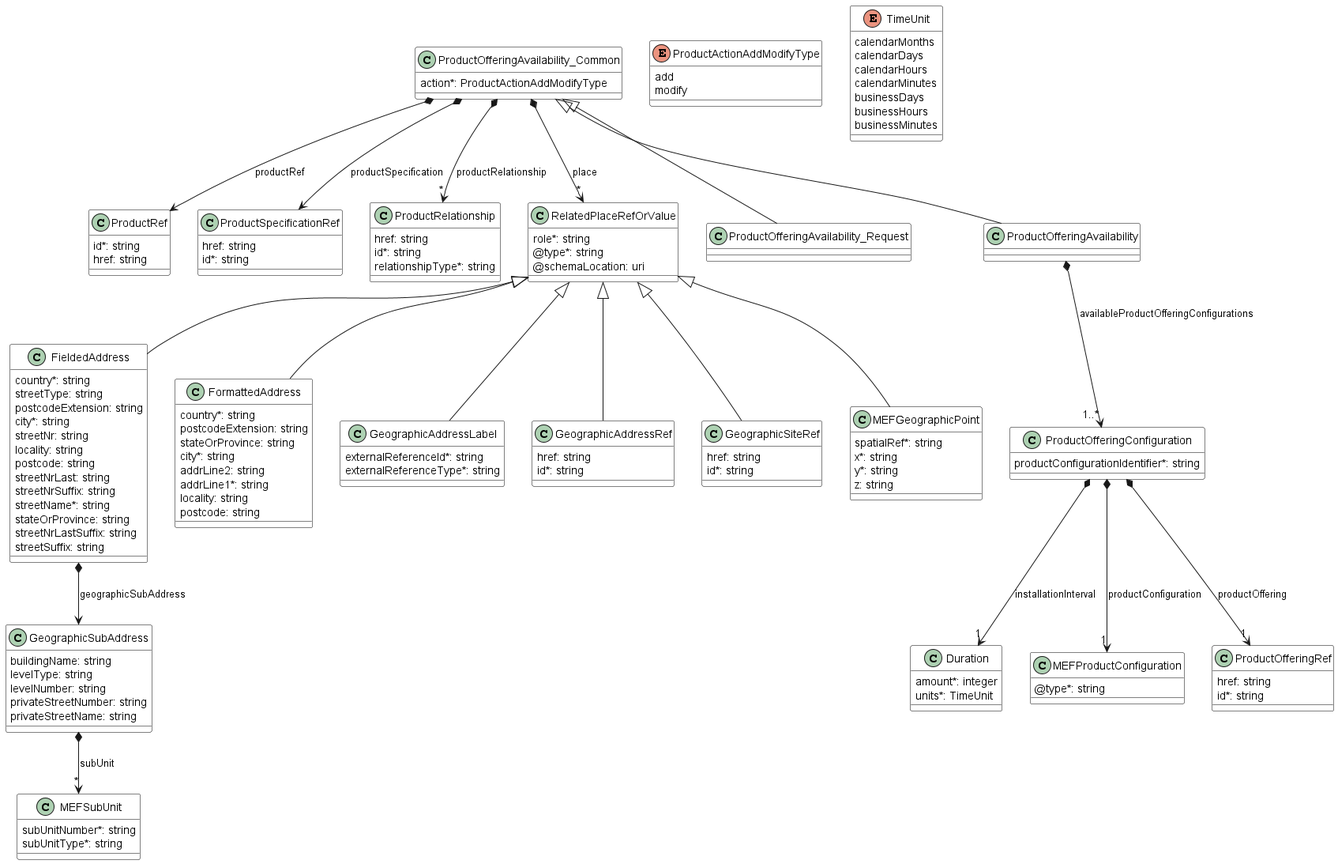
The PlantUML diagram documentation/productApi/availabilityAndPricingDiscovery/media/uc1model.png in MEF-GIT/MEF-LSO-Sonata-SDK, before a commit.
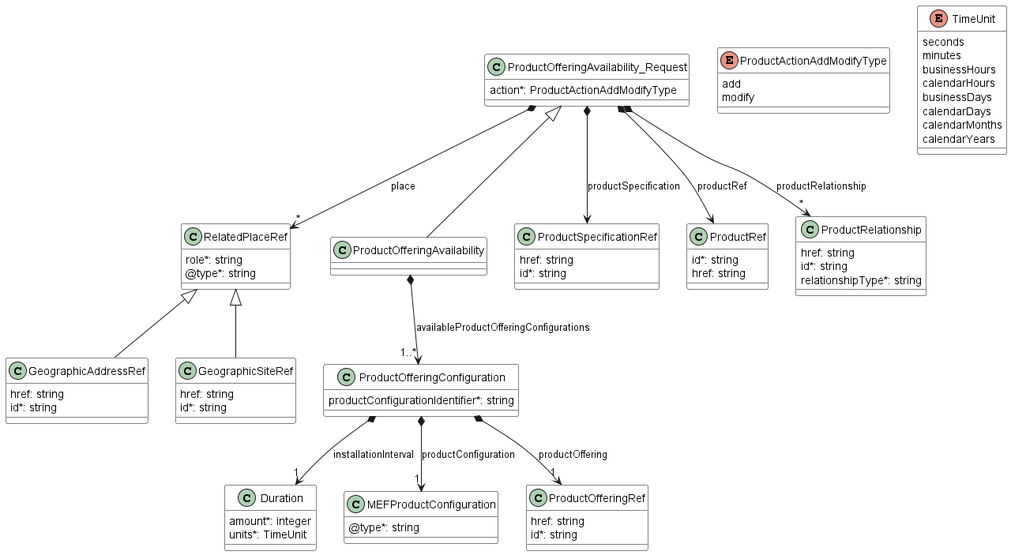
After the change.

The edit, as a diff of the source:
```diff
@@ -4,30 +4,39 @@
     ClassBorderColor Black
 }
 
-class ProductOfferingAvailability_Common {
+class Duration {
 
-    action*: ProductActionAddModifyType
+    amount*: integer
+    units*: TimeUnit
 }
-
-ProductOfferingAvailability_Common *--> ProductRef : productRef
-ProductOfferingAvailability_Common *--> ProductSpecificationRef : productSpecification
-ProductOfferingAvailability_Common *-->"*" ProductRelationship : productRelationship
-ProductOfferingAvailability_Common *-->"*" RelatedPlaceRefOrValue : place
-
-
-class ProductOfferingAvailability_Request {
-
-}
-ProductOfferingAvailability_Common <|-- ProductOfferingAvailability_Request
 
 
 
-class ProductOfferingAvailability {
 
+class GeographicAddressRef {
+
+    href: string
+    id*: string
 }
-ProductOfferingAvailability_Common <|-- ProductOfferingAvailability
+RelatedPlaceRef <|-- GeographicAddressRef
 
-ProductOfferingAvailability *-->"1..*" ProductOfferingConfiguration : availableProductOfferingConfigurations
+
+
+class GeographicSiteRef {
+
+    href: string
+    id*: string
+}
+RelatedPlaceRef <|-- GeographicSiteRef
+
+
+
+
+class MEFProductConfiguration {
+
+    @type*: string
+}
+
 
 
 enum ProductActionAddModifyType {
@@ -35,10 +44,47 @@
     add
     modify
 }
-class ProductSpecificationRef {
+class ProductOfferingAvailability {
+
+}
+ProductOfferingAvailability_Request <|-- ProductOfferingAvailability
+
+ProductOfferingAvailability *-->"1..*" ProductOfferingConfiguration : availableProductOfferingConfigurations
+
+
+class ProductOfferingAvailability_Request {
+
+    action*: ProductActionAddModifyType
+}
+
+ProductOfferingAvailability_Request *--> ProductSpecificationRef : productSpecification
+ProductOfferingAvailability_Request *--> ProductRef : productRef
+ProductOfferingAvailability_Request *-->"*" ProductRelationship : productRelationship
+ProductOfferingAvailability_Request *-->"*" RelatedPlaceRef : place
+
+
+class ProductOfferingConfiguration {
+
+    productConfigurationIdentifier*: string
+}
+
+ProductOfferingConfiguration *-->"1" ProductOfferingRef : productOffering
+ProductOfferingConfiguration *-->"1" MEFProductConfiguration : productConfiguration
+ProductOfferingConfiguration *-->"1" Duration : installationInterval
+
+
+class ProductOfferingRef {
 
     href: string
     id*: string
+}
+
+
+
+class ProductRef {
+
+    id*: string
+    href: string
 }
 
 
@@ -52,135 +98,7 @@
 
 
 
-class Duration {
-
-    amount*: integer
-    units*: TimeUnit
-}
-
-
-
-enum TimeUnit {
-
-    calendarMonths
-    calendarDays
-    calendarHours
-    calendarMinutes
-    businessDays
-    businessHours
-    businessMinutes
-}
-class RelatedPlaceRefOrValue {
-
-    role*: string
-    @type*: string
-    @schemaLocation: uri
-}
-
-
-
-class FieldedAddress {
-
-    country*: string
-    streetType: string
-    postcodeExtension: string
-    city*: string
-    streetNr: string
-    locality: string
-    postcode: string
-    streetNrLast: string
-    streetNrSuffix: string
-    streetName*: string
-    stateOrProvince: string
-    streetNrLastSuffix: string
-    streetSuffix: string
-}
-RelatedPlaceRefOrValue <|-- FieldedAddress
-
-FieldedAddress *--> GeographicSubAddress : geographicSubAddress
-
-
-class FormattedAddress {
-
-    country*: string
-    postcodeExtension: string
-    stateOrProvince: string
-    city*: string
-    addrLine2: string
-    addrLine1*: string
-    locality: string
-    postcode: string
-}
-RelatedPlaceRefOrValue <|-- FormattedAddress
-
-
-
-class GeographicAddressLabel {
-
-    externalReferenceId*: string
-    externalReferenceType*: string
-}
-RelatedPlaceRefOrValue <|-- GeographicAddressLabel
-
-
-
-class GeographicAddressRef {
-
-    href: string
-    id*: string
-}
-RelatedPlaceRefOrValue <|-- GeographicAddressRef
-
-
-
-class GeographicSiteRef {
-
-    href: string
-    id*: string
-}
-RelatedPlaceRefOrValue <|-- GeographicSiteRef
-
-
-
-class GeographicSubAddress {
-
-    buildingName: string
-    levelType: string
-    levelNumber: string
-    privateStreetNumber: string
-    privateStreetName: string
-}
-
-GeographicSubAddress *-->"*" MEFSubUnit : subUnit
-
-
-class MEFGeographicPoint {
-
-    spatialRef*: string
-    x*: string
-    y*: string
-    z: string
-}
-RelatedPlaceRefOrValue <|-- MEFGeographicPoint
-
-
-
-class MEFSubUnit {
-
-    subUnitNumber*: string
-    subUnitType*: string
-}
-
-
-
-class MEFProductConfiguration {
-
-    @type*: string
-}
-
-
-
-class ProductOfferingRef {
+class ProductSpecificationRef {
 
     href: string
     id*: string
@@ -188,22 +106,23 @@
 
 
 
-class ProductOfferingConfiguration {
+class RelatedPlaceRef {
 
-    productConfigurationIdentifier*: string
-}
-
-ProductOfferingConfiguration *-->"1" ProductOfferingRef : productOffering
-ProductOfferingConfiguration *-->"1" MEFProductConfiguration : productConfiguration
-ProductOfferingConfiguration *-->"1" Duration : installationInterval
-
-
-class ProductRef {
-
-    id*: string
-    href: string
+    role*: string
+    @type*: string
 }
 
 
 
+enum TimeUnit {
+
+    seconds
+    minutes
+    businessHours
+    calendarHours
+    businessDays
+    calendarDays
+    calendarMonths
+    calendarYears
+}
 @enduml
```
